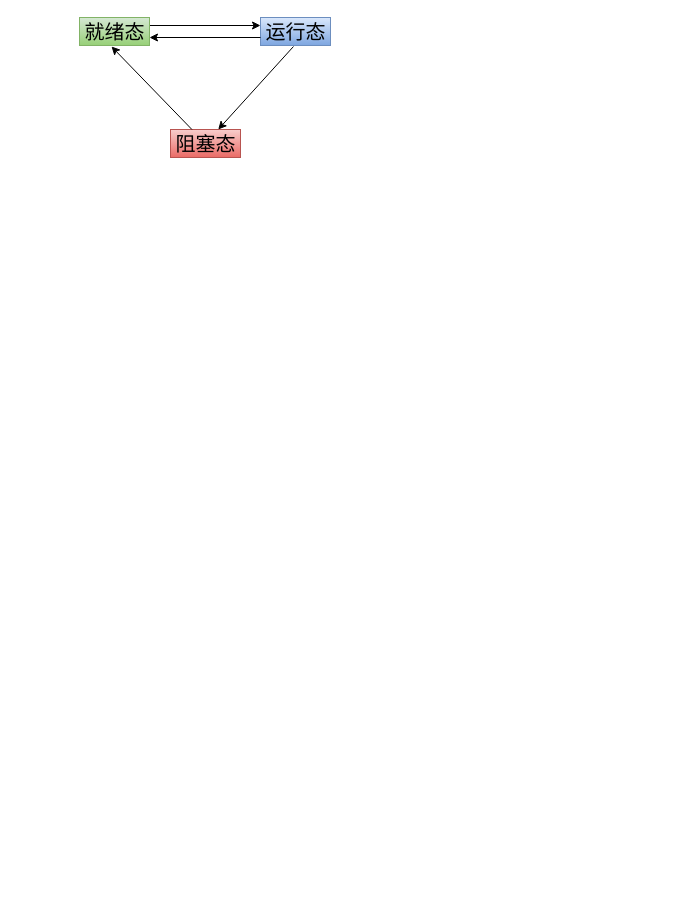
Above: page "杂" (1 of 9) of 03-exam_study/UML考试图.drawio in chenzhaoguo/UML (draw.io), before the change. Source tidied: cells renumbered, new cells numbered last; positions are measured from the earlier drawing's top-left corner, leaving out a move shared by most shapes. Both pictures are drawn from the tidied source at 100%, with x=0, y=0 at pixel (79, 17).
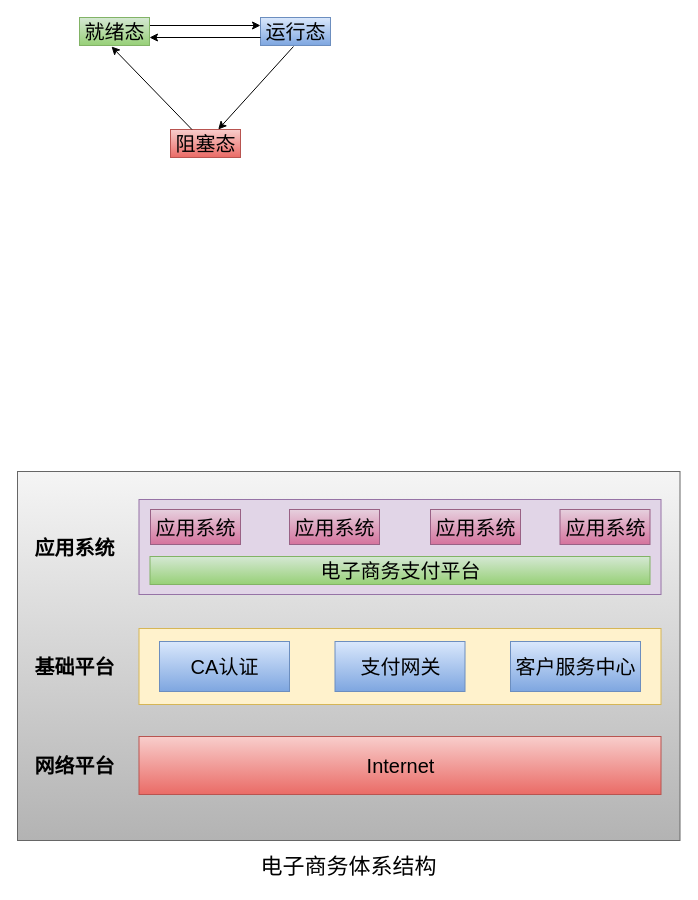
Above is the later version.

Diff of the diagram source:
```diff
@@
+    <mxCell id="9" style="rounded=0;whiteSpace=wrap;html=1;fontSize=30;fillColor=#f5f5f5;strokeColor=#666666;gradientColor=#b3b3b3;" parent="1" vertex="1">
+      <mxGeometry x="-62" y="454" width="662.5" height="369" as="geometry" />
+    </mxCell>
+    <mxCell id="10" style="rounded=0;whiteSpace=wrap;html=1;fillColor=#e1d5e7;strokeColor=#9673a6;" parent="1" vertex="1">
+      <mxGeometry x="59.5" y="482" width="522" height="95" as="geometry" />
+    </mxCell>
+    <mxCell id="11" style="rounded=0;whiteSpace=wrap;html=1;fillColor=#fff2cc;strokeColor=#d6b656;" parent="1" vertex="1">
+      <mxGeometry x="59.5" y="611" width="522" height="76" as="geometry" />
+    </mxCell>
@@
+    <mxCell id="12" value="电子商务支付平台" style="text;html=1;align=center;verticalAlign=middle;strokeColor=#82b366;fillColor=#d5e8d4;fontSize=20;gradientColor=#97d077;" parent="1" vertex="1">
+      <mxGeometry x="70.5" y="539" width="500" height="28" as="geometry" />
+    </mxCell>
@@
+    <mxCell id="13" value="CA认证" style="text;html=1;align=center;verticalAlign=middle;strokeColor=#6c8ebf;fillColor=#dae8fc;fontSize=20;gradientColor=#7ea6e0;" parent="1" vertex="1">
+      <mxGeometry x="80" y="624" width="130" height="50" as="geometry" />
+    </mxCell>
@@
+    <mxCell id="14" value="Internet" style="text;html=1;align=center;verticalAlign=middle;strokeColor=#b85450;fillColor=#f8cecc;fontSize=20;gradientColor=#ea6b66;" parent="1" vertex="1">
+      <mxGeometry x="59.5" y="719" width="522" height="58" as="geometry" />
+    </mxCell>
@@
+    <mxCell id="15" value="电子商务体系结构" style="text;html=1;align=center;verticalAlign=middle;strokeColor=none;fillColor=none;fontSize=22;" parent="1" vertex="1">
+      <mxGeometry x="176.2" y="835" width="186" height="30" as="geometry" />
+    </mxCell>
+    <mxCell id="16" value="支付网关" style="text;html=1;align=center;verticalAlign=middle;strokeColor=#6c8ebf;fillColor=#dae8fc;fontSize=20;gradientColor=#7ea6e0;" parent="1" vertex="1">
+      <mxGeometry x="255.5" y="624" width="130" height="50" as="geometry" />
+    </mxCell>
+    <mxCell id="17" value="客户服务中心" style="text;html=1;align=center;verticalAlign=middle;strokeColor=#6c8ebf;fillColor=#dae8fc;fontSize=20;gradientColor=#7ea6e0;" parent="1" vertex="1">
+      <mxGeometry x="431" y="624" width="130" height="50" as="geometry" />
+    </mxCell>
+    <mxCell id="18" value="应用系统" style="text;html=1;align=center;verticalAlign=middle;strokeColor=#996185;fillColor=#e6d0de;fontSize=20;gradientColor=#d5739d;" parent="1" vertex="1">
+      <mxGeometry x="71" y="492" width="90" height="35" as="geometry" />
+    </mxCell>
+    <mxCell id="19" value="应用系统" style="text;html=1;align=center;verticalAlign=middle;strokeColor=#996185;fillColor=#e6d0de;fontSize=20;gradientColor=#d5739d;" parent="1" vertex="1">
+      <mxGeometry x="210" y="492" width="90" height="35" as="geometry" />
+    </mxCell>
+    <mxCell id="20" value="应用系统" style="text;html=1;align=center;verticalAlign=middle;strokeColor=#996185;fillColor=#e6d0de;fontSize=20;gradientColor=#d5739d;" parent="1" vertex="1">
+      <mxGeometry x="480.5" y="492" width="90" height="35" as="geometry" />
+    </mxCell>
+    <mxCell id="21" value="应用系统" style="text;html=1;align=center;verticalAlign=middle;strokeColor=#996185;fillColor=#e6d0de;fontSize=20;gradientColor=#d5739d;" parent="1" vertex="1">
+      <mxGeometry x="351" y="492" width="90" height="35" as="geometry" />
+    </mxCell>
+    <mxCell id="22" value="基础平台" style="text;html=1;align=center;verticalAlign=middle;strokeColor=none;fillColor=none;fontSize=20;fontStyle=1;" parent="1" vertex="1">
+      <mxGeometry x="-50" y="635" width="90" height="28" as="geometry" />
+    </mxCell>
+    <mxCell id="23" value="网络平台" style="text;html=1;align=center;verticalAlign=middle;strokeColor=none;fillColor=none;fontSize=20;fontStyle=1;" parent="1" vertex="1">
+      <mxGeometry x="-50" y="734" width="90" height="28" as="geometry" />
+    </mxCell>
+    <mxCell id="24" value="应用系统" style="text;html=1;align=center;verticalAlign=middle;strokeColor=none;fillColor=none;fontSize=20;fontStyle=1;" parent="1" vertex="1">
+      <mxGeometry x="-50" y="515.5" width="90" height="28" as="geometry" />
+    </mxCell>
```
